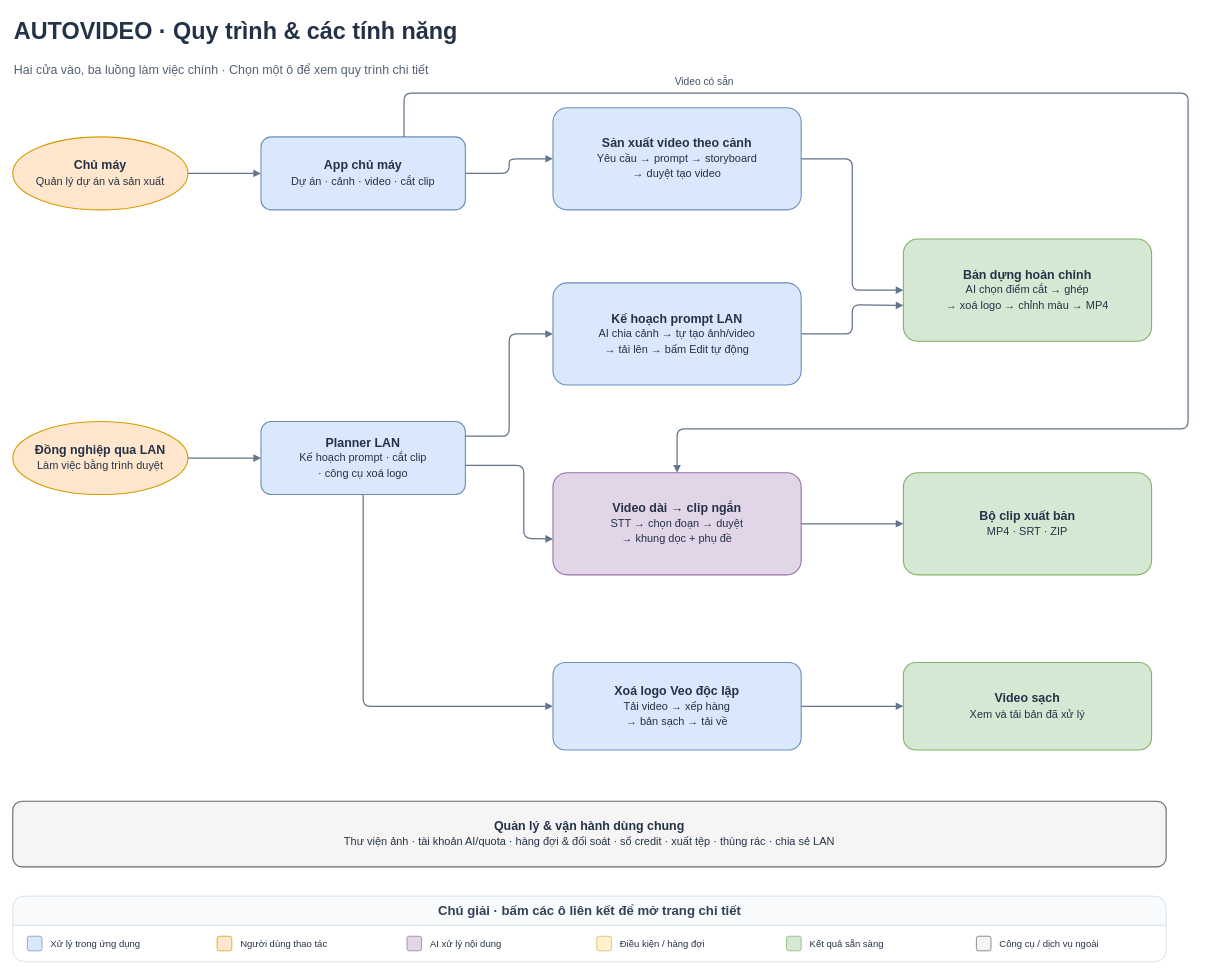
Before: page "01 · Tổng quan" (1 of 6) of autovideo-quy-trinh.drawio in thainv02/ai-vinhgia, a draw.io diagram. Source tidied: cells renumbered, new cells numbered last; positions are measured from the earlier drawing's top-left corner, leaving out a move shared by most shapes. Both pictures are drawn from the tidied source at 73%, with x=0, y=0 at pixel (12, 12).
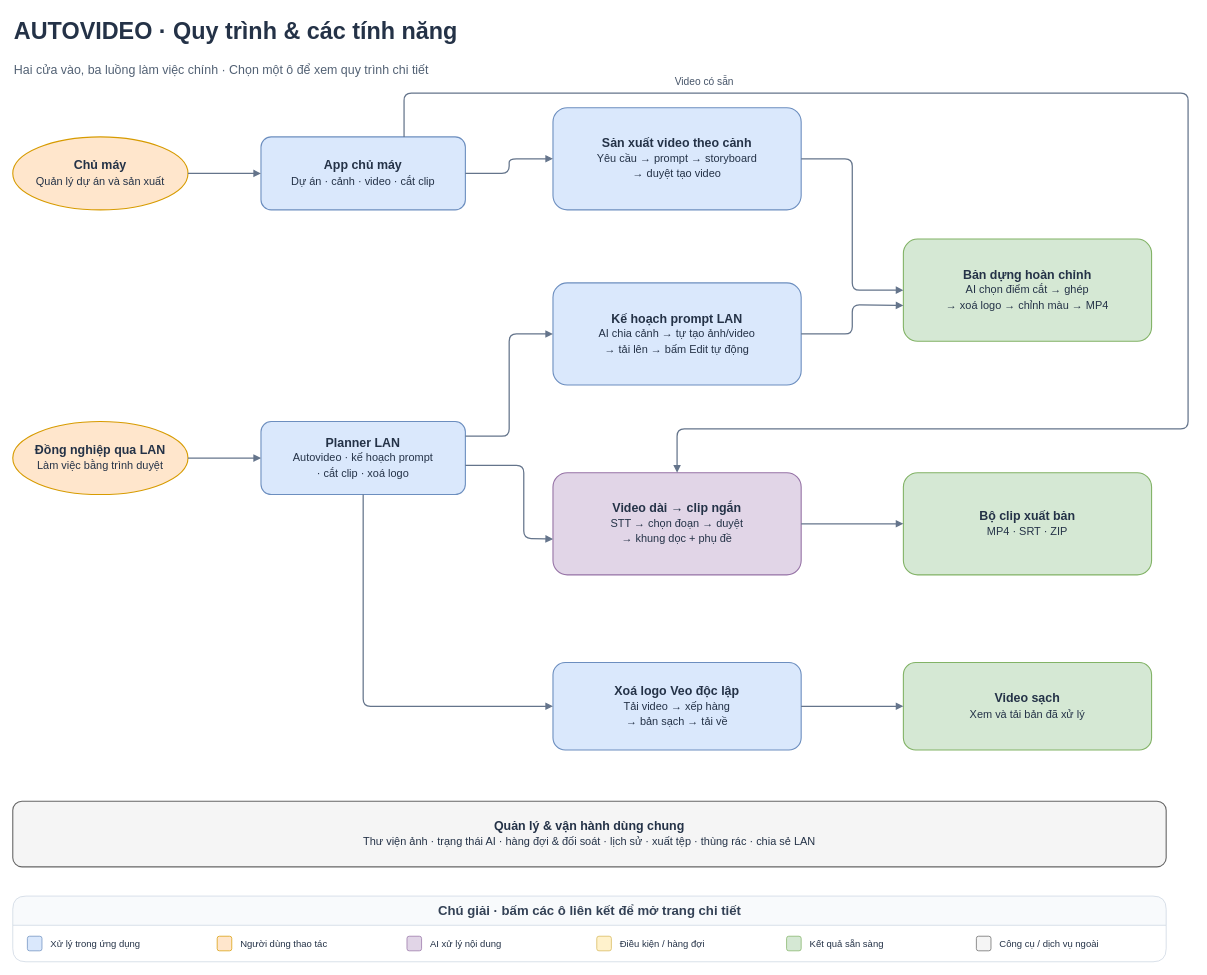
After the change.

Diff of the diagram source:
```diff
@@
-    <mxCell id="9" value="&lt;b&gt;Planner LAN&lt;/b&gt;&lt;br/&gt;&lt;font style=&quot;font-size:15px&quot;&gt;Kế hoạch prompt · cắt clip&lt;br/&gt;· công cụ xoá logo&lt;/font&gt;" style="rounded=1;arcSize=14;whiteSpace=wrap;html=1;fillColor=#dae8fc;strokeColor=#6c8ebf;strokeWidth=1.5;fontFamily=Arial;fontSize=17;fontColor=#243247;spacing=12;align=center;verticalAlign=middle;" parent="1" vertex="1">
+    <mxCell id="9" value="&lt;b&gt;Planner LAN&lt;/b&gt;&lt;br/&gt;&lt;font style=&quot;font-size:15px&quot;&gt;Autovideo · kế hoạch prompt&lt;br/&gt;· cắt clip · xoá logo&lt;/font&gt;" style="rounded=1;arcSize=14;whiteSpace=wrap;html=1;fillColor=#dae8fc;strokeColor=#6c8ebf;strokeWidth=1.5;fontFamily=Arial;fontSize=17;fontColor=#243247;spacing=12;align=center;verticalAlign=middle;" parent="1" vertex="1">
       <mxGeometry x="340" y="560" width="280" height="100" as="geometry" />
     </mxCell>
@@
-    <mxCell id="26" value="&lt;b&gt;Quản lý &amp;amp; vận hành dùng chung&lt;/b&gt;&lt;br/&gt;&lt;font style=&quot;font-size:15px&quot;&gt;Thư viện ảnh · tài khoản AI/quota · hàng đợi &amp;amp; đối soát · sổ credit · xuất tệp · thùng rác · chia sẻ LAN&lt;/font&gt;" style="rounded=1;arcSize=14;whiteSpace=wrap;html=1;fillColor=#f5f5f5;strokeColor=#666666;strokeWidth=1.5;fontFamily=Arial;fontSize=17;fontColor=#243247;spacing=12;align=center;verticalAlign=middle;" parent="1" vertex="1">
+    <mxCell id="26" value="&lt;b&gt;Quản lý &amp;amp; vận hành dùng chung&lt;/b&gt;&lt;br/&gt;&lt;font style=&quot;font-size:15px&quot;&gt;Thư viện ảnh · trạng thái AI · hàng đợi &amp;amp; đối soát · lịch sử · xuất tệp · thùng rác · chia sẻ LAN&lt;/font&gt;" style="rounded=1;arcSize=14;whiteSpace=wrap;html=1;fillColor=#f5f5f5;strokeColor=#666666;strokeWidth=1.5;fontFamily=Arial;fontSize=17;fontColor=#243247;spacing=12;align=center;verticalAlign=middle;" parent="1" vertex="1">
       <mxGeometry y="1080" width="1580" height="90" as="geometry" />
     </mxCell>
```
